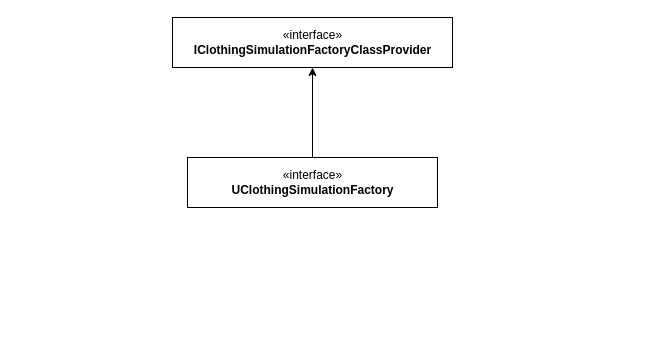
Before: ChaosCloth.drawio in wxhaooo/UE4-Beginner-Guide, a draw.io diagram. Source tidied: cells renumbered, new cells numbered last; positions are measured from the earlier drawing's top-left corner, leaving out a move shared by most shapes. Both pictures are drawn from the tidied source at 100%, with x=0, y=0 at pixel (172, 17).
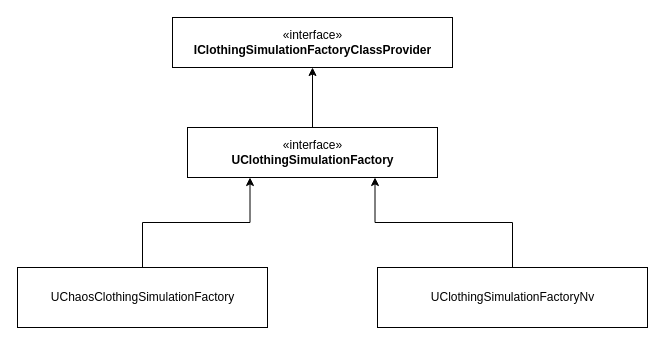
After the change.

What changed in the source:
```diff
@@
 <mxGraphModel>
   <root>
     <mxCell id="0" />
     <mxCell id="1" parent="0" />
     <mxCell id="2" style="edgeStyle=orthogonalEdgeStyle;rounded=0;jettySize=auto;html=1;exitX=0.5;exitY=0;exitDx=0;exitDy=0;entryX=0.5;entryY=1;entryDx=0;entryDy=0;" parent="1" edge="1" source="3" target="4">
       <mxGeometry relative="1" as="geometry" />
     </mxCell>
     <mxCell id="3" value="«interface»&lt;br&gt;&lt;b&gt;UClothingSimulationFactory&lt;/b&gt;" style="html=1;" parent="1" vertex="1">
-      <mxGeometry x="15" y="140" width="250" height="50" as="geometry" />
+      <mxGeometry x="15" y="110" width="250" height="50" as="geometry" />
     </mxCell>
     <mxCell id="4" value="«interface»&lt;br&gt;&lt;b&gt;IClothingSimulationFactoryClassProvider&lt;/b&gt;" style="html=1;" parent="1" vertex="1">
       <mxGeometry width="280" height="50" as="geometry" />
     </mxCell>
+    <mxCell id="5" style="edgeStyle=orthogonalEdgeStyle;rounded=0;jettySize=auto;html=1;exitX=0.5;exitY=0;exitDx=0;exitDy=0;entryX=0.25;entryY=1;entryDx=0;entryDy=0;" parent="1" edge="1" source="6" target="3">
+      <mxGeometry relative="1" as="geometry" />
+    </mxCell>
+    <mxCell id="6" value="UChaosClothingSimulationFactory" style="html=1;" parent="1" vertex="1">
+      <mxGeometry x="-155" y="250" width="250" height="60" as="geometry" />
+    </mxCell>
+    <mxCell id="7" style="edgeStyle=orthogonalEdgeStyle;rounded=0;jettySize=auto;html=1;entryX=0.75;entryY=1;entryDx=0;entryDy=0;" parent="1" edge="1" source="8" target="3">
+      <mxGeometry relative="1" as="geometry" />
+    </mxCell>
+    <mxCell id="8" value="UClothingSimulationFactoryNv" style="html=1;" parent="1" vertex="1">
+      <mxGeometry x="205" y="250" width="270" height="60" as="geometry" />
+    </mxCell>
   </root>
 </mxGraphModel>
```
